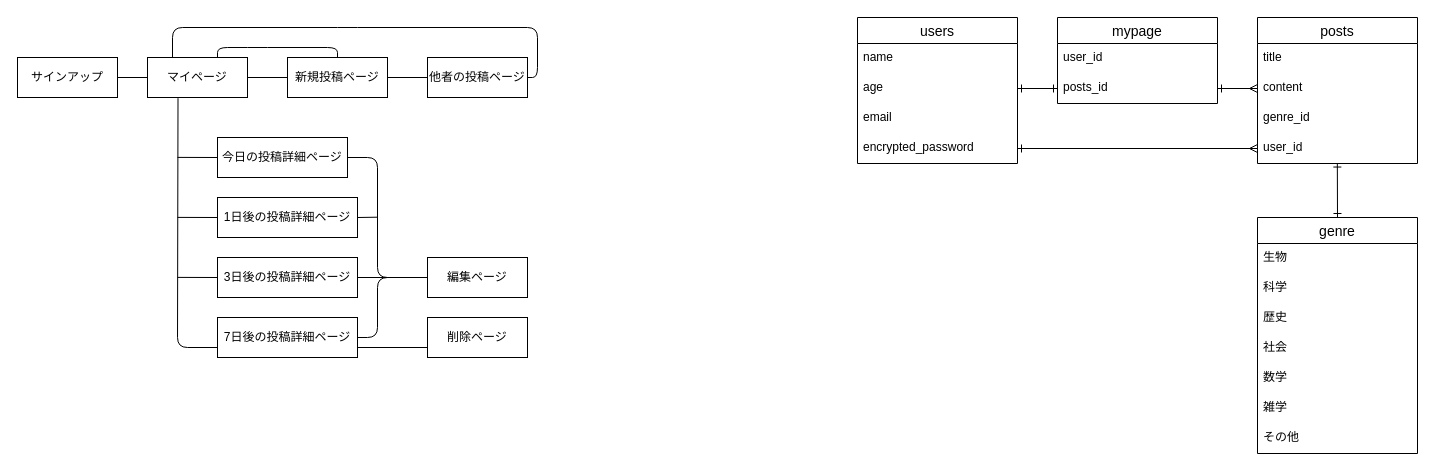
Above: me-more.dio in atk1825/me-more (draw.io), before the change. Source tidied: cells renumbered, new cells numbered last; positions are measured from the earlier drawing's top-left corner, leaving out a move shared by most shapes. Both pictures are drawn from the tidied source at 100%, with x=0, y=0 at pixel (17, 17).
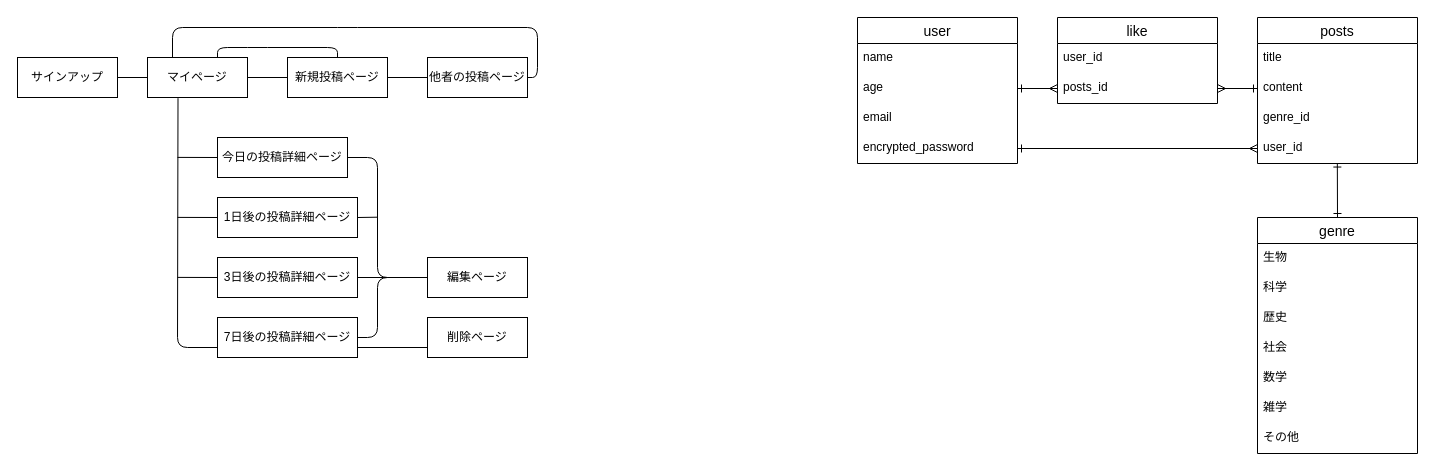
Above is the later version.

The change refers to these unchanged cells:
```xml
<mxCell id="4" value="age" style="text;strokeColor=none;fillColor=none;spacingLeft=4;spacingRight=4;overflow=hidden;points=[[0,0.5],[1,0.5]];portConstraint=eastwest;fontSize=12;" parent="2" vertex="1">
  <mxGeometry y="56" width="160" height="30" as="geometry" />
</mxCell>
<mxCell id="9" value="content" style="text;strokeColor=none;fillColor=none;spacingLeft=4;spacingRight=4;overflow=hidden;points=[[0,0.5],[1,0.5]];portConstraint=eastwest;fontSize=12;" parent="7" vertex="1">
  <mxGeometry y="56" width="160" height="30" as="geometry" />
</mxCell>
<mxCell id="14" value="posts_id" style="text;strokeColor=none;fillColor=none;spacingLeft=4;spacingRight=4;overflow=hidden;points=[[0,0.5],[1,0.5]];portConstraint=eastwest;fontSize=12;" parent="12" vertex="1">
  <mxGeometry y="56" width="160" height="30" as="geometry" />
</mxCell>
```

What changed in the source:
```diff
@@
-    <mxCell id="2" value="users" style="swimlane;fontStyle=0;horizontal=1;startSize=26;align=center;fontSize=14;" parent="1" vertex="1">
+    <mxCell id="2" value="user" style="swimlane;fontStyle=0;horizontal=1;startSize=26;align=center;fontSize=14;" parent="1" vertex="1">
       <mxGeometry x="840" width="160" height="146" as="geometry" />
     </mxCell>
@@
-    <mxCell id="12" value="mypage" style="swimlane;fontStyle=0;horizontal=1;startSize=26;align=center;fontSize=14;" parent="1" vertex="1">
+    <mxCell id="12" value="like" style="swimlane;fontStyle=0;horizontal=1;startSize=26;align=center;fontSize=14;" parent="1" vertex="1">
       <mxGeometry x="1040" width="160" height="86" as="geometry" />
     </mxCell>
@@
-    <mxCell id="15" style="edgeStyle=none;html=1;exitX=1;exitY=0.5;exitDx=0;exitDy=0;entryX=0;entryY=0.5;entryDx=0;entryDy=0;startArrow=ERone;startFill=0;endArrow=ERone;endFill=0;" parent="1" edge="1" source="4" target="14">
+    <mxCell id="15" style="edgeStyle=none;html=1;exitX=1;exitY=0.5;exitDx=0;exitDy=0;entryX=0;entryY=0.5;entryDx=0;entryDy=0;startArrow=ERone;startFill=0;endArrow=ERmany;endFill=0;" parent="1" edge="1" source="4" target="14">
       <mxGeometry relative="1" as="geometry" />
     </mxCell>
-    <mxCell id="16" style="edgeStyle=none;html=1;exitX=1;exitY=0.5;exitDx=0;exitDy=0;entryX=0;entryY=0.5;entryDx=0;entryDy=0;startArrow=ERone;startFill=0;endArrow=ERmany;endFill=0;" parent="1" edge="1" source="14" target="9">
+    <mxCell id="16" style="edgeStyle=none;html=1;exitX=1;exitY=0.5;exitDx=0;exitDy=0;entryX=0;entryY=0.5;entryDx=0;entryDy=0;startArrow=ERmany;startFill=0;endArrow=ERone;endFill=0;" parent="1" edge="1" source="14" target="9">
       <mxGeometry relative="1" as="geometry" />
     </mxCell>
```
